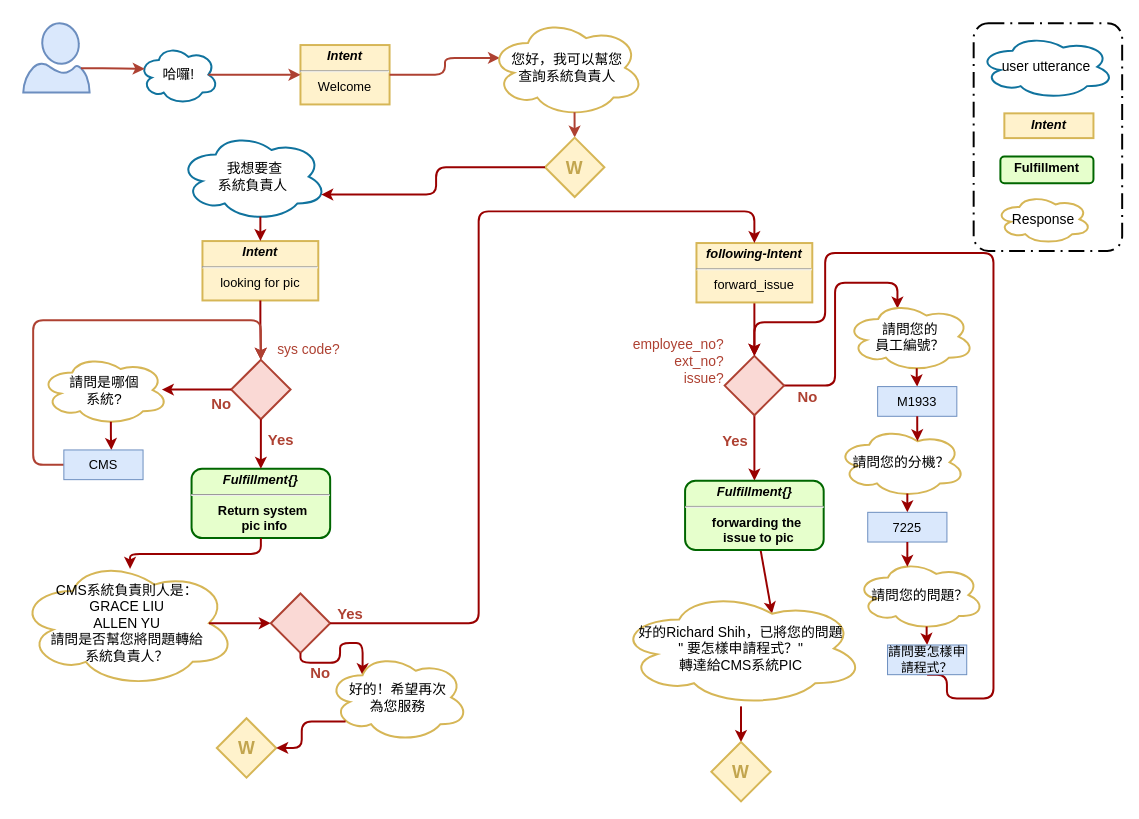
The draw.io diagram page "system_pic" (1 of 4) of resources/assets/qa_bot dialog flow.drawio in shihxuancheng/qa_bot, before the edit. Source tidied: cells renumbered, new cells numbered last; positions are measured from the earlier drawing's top-left corner, leaving out a move shared by most shapes. Both pictures are drawn from the tidied source at 99%, with x=0, y=0 at pixel (18, 18).
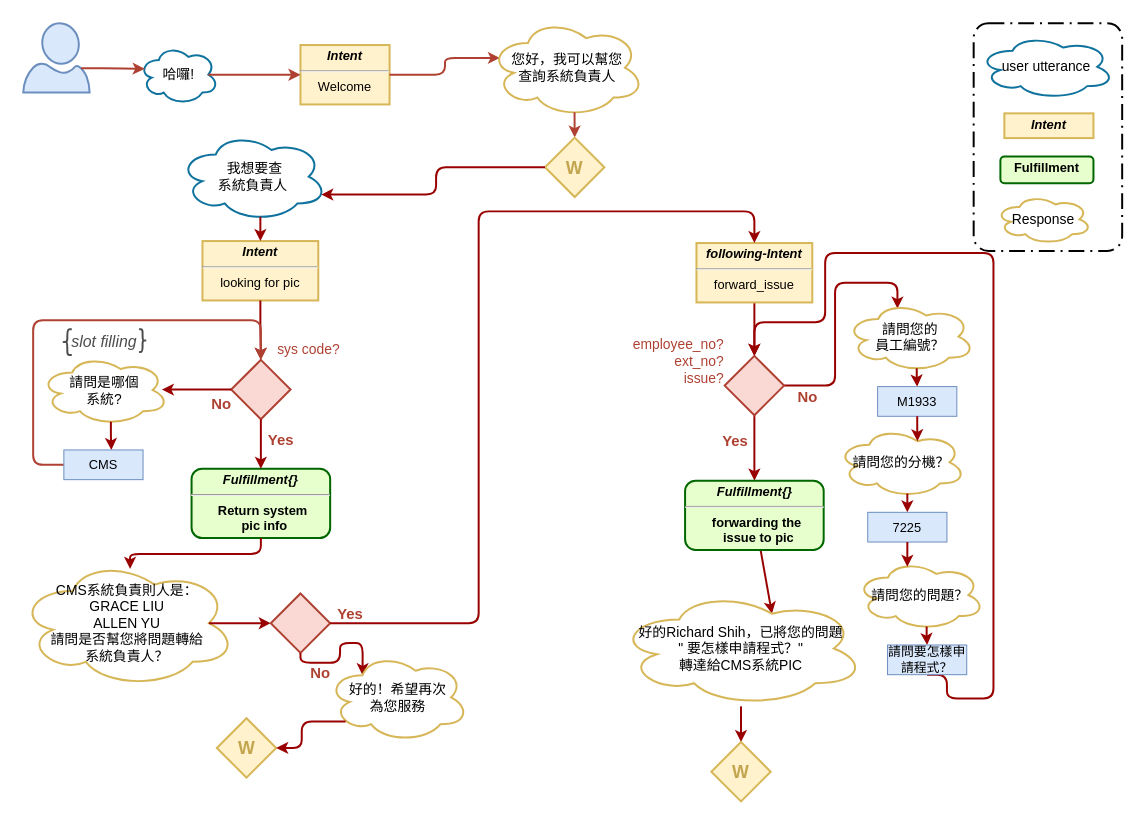
The same page after the edit.

The edit, as a diff of the source:
```diff
@@
+    <mxCell id="68" style="group;" parent="1" vertex="1">
+      <mxGeometry x="45" y="314" width="84" height="26" as="geometry" />
+    </mxCell>
+    <mxCell id="69" style="shape=curlyBracket;whiteSpace=wrap;html=1;rounded=1;shadow=0;glass=0;comic=0;strokeColor=#4D4D4D;strokeWidth=2;fillColor=none;fontSize=14;align=right;" parent="68" vertex="1">
+      <mxGeometry width="9" height="26" as="geometry" />
+    </mxCell>
+    <mxCell id="70" style="shape=curlyBracket;whiteSpace=wrap;html=1;rounded=1;shadow=0;glass=0;comic=0;strokeColor=#4D4D4D;strokeWidth=2;fillColor=none;fontSize=14;align=right;rotation=180;" parent="68" vertex="1">
+      <mxGeometry x="77" width="7" height="23" as="geometry" />
+    </mxCell>
+    <mxCell id="71" value="slot filling" style="text;align=center;verticalAlign=middle;fillColor=none;strokeColor=none;rounded=0;shadow=0;comic=0;fontSize=16;fontColor=#4D4D4D;fontStyle=2;" parent="68" vertex="1">
+      <mxGeometry x="7" y="1.5" width="70" height="20" as="geometry" />
+    </mxCell>
```
